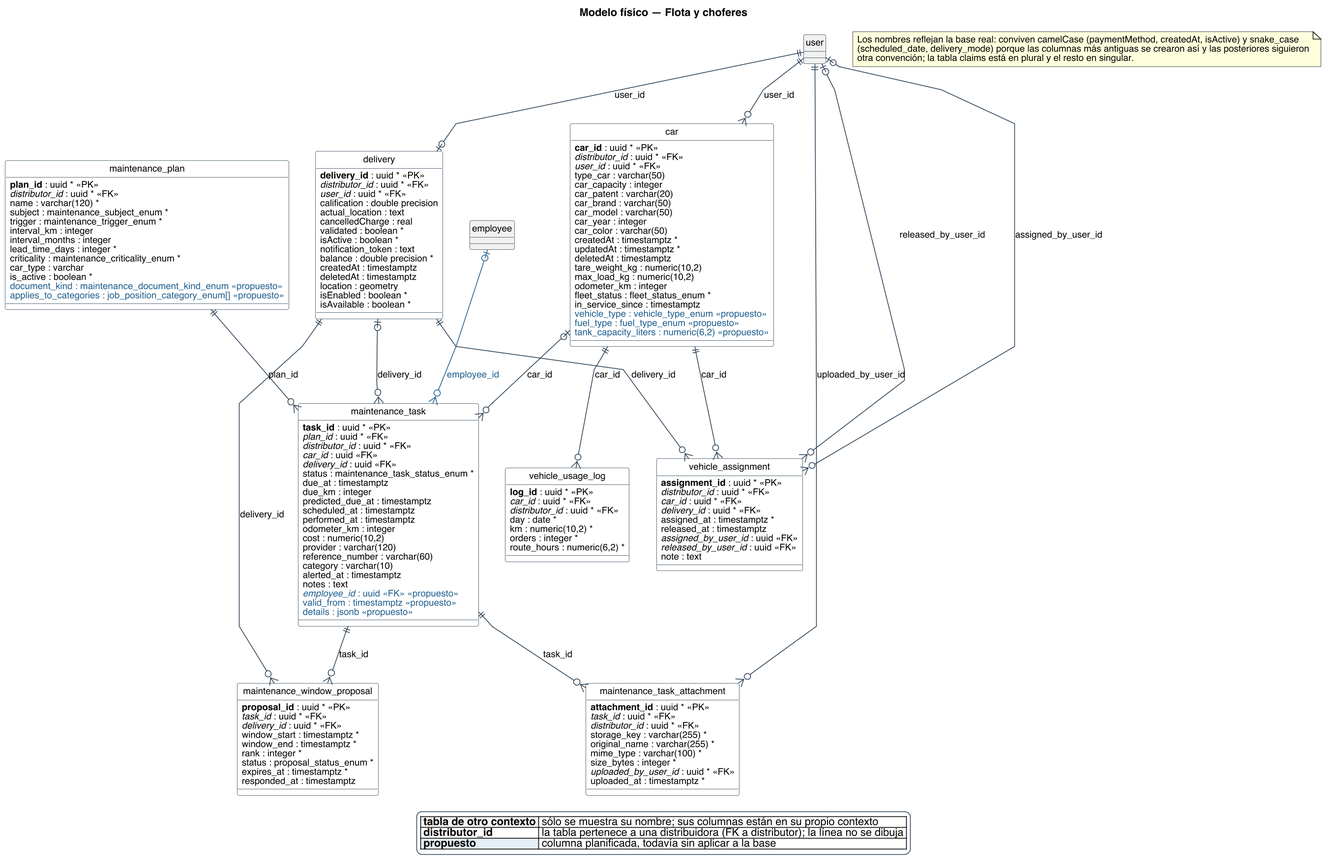
This is diagramas/base-de-datos/fisico/SPLG-fisico-07-flota-y-choferes.png from Nahuelito-Dev/splg-docs, a PlantUML export, as it was before one commit.
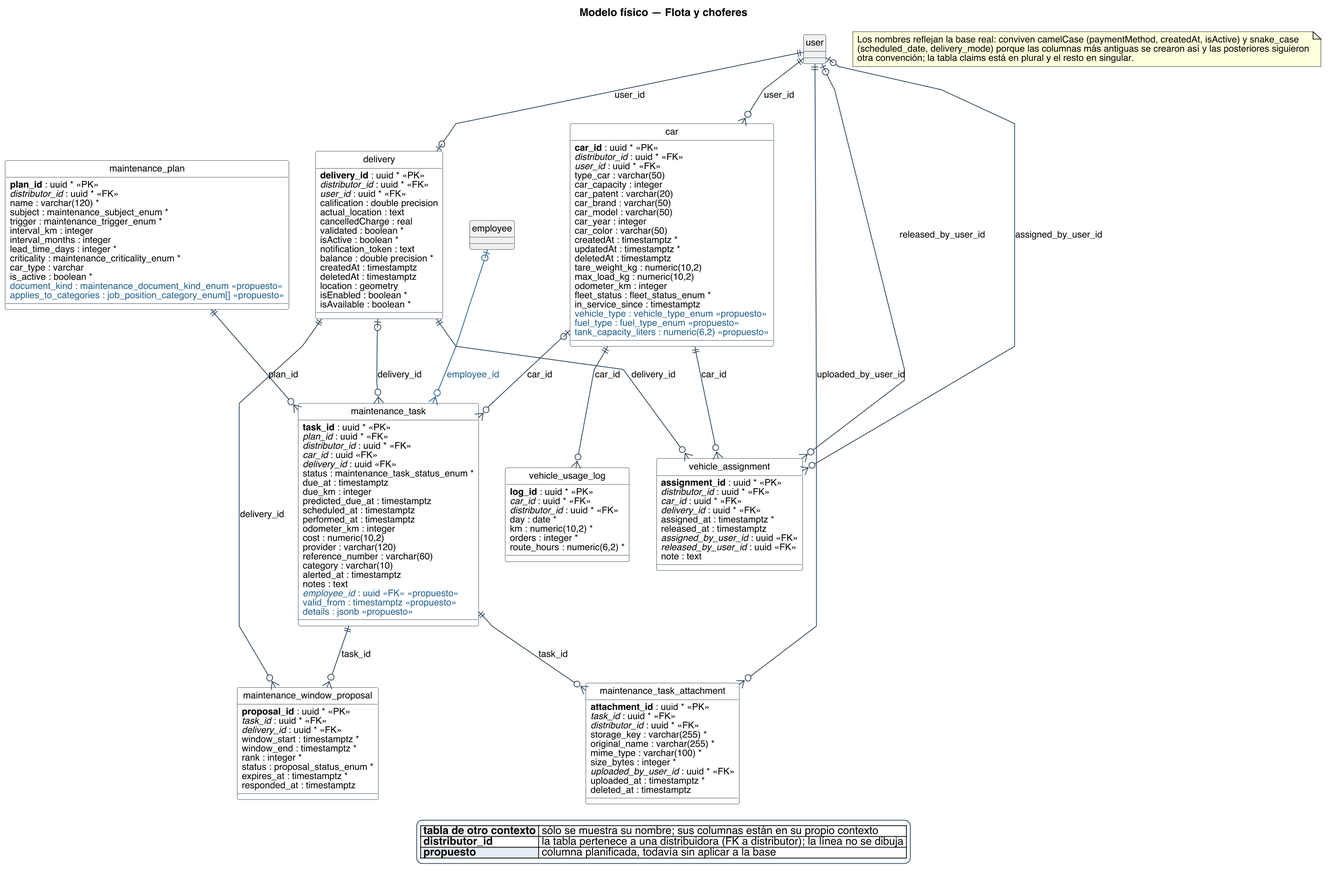
Above is the later version.

Change to the diagram source:
```diff
@@ -138,6 +138,7 @@
   {field} size_bytes : integer *
   {field} //uploaded_by_user_id// : uuid * <<FK>>
   {field} uploaded_at : timestamptz *
+  {field} deleted_at : timestamptz
 }
 entity "maintenance_window_proposal" as e_maintenance_window_proposal {
   {field} **proposal_id** : uuid * <<PK>>
```
